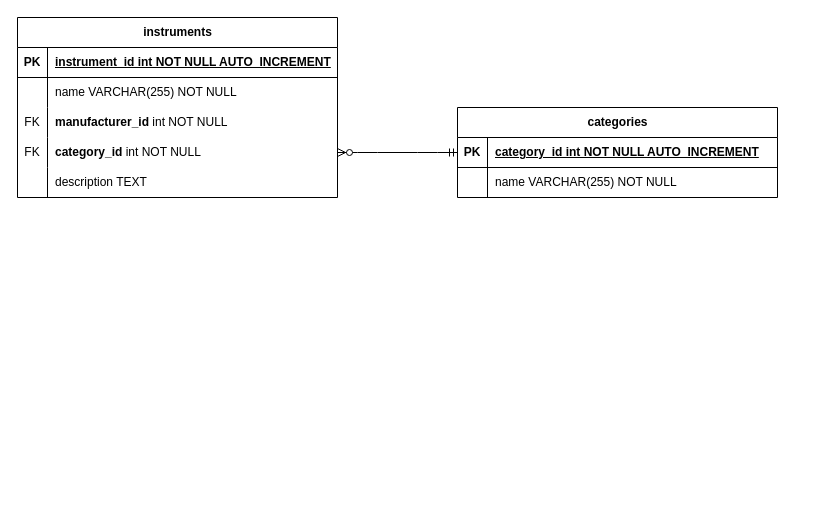
Above: assets/schema/Untitled Diagram.drawio in IlyaSubtilnyj/MusicalInstrumentsOnlineService (draw.io), before the change. Source tidied: cells renumbered, new cells numbered last; positions are measured from the earlier drawing's top-left corner, leaving out a move shared by most shapes. Both pictures are drawn from the tidied source at 100%, with x=0, y=0 at pixel (17, 17).
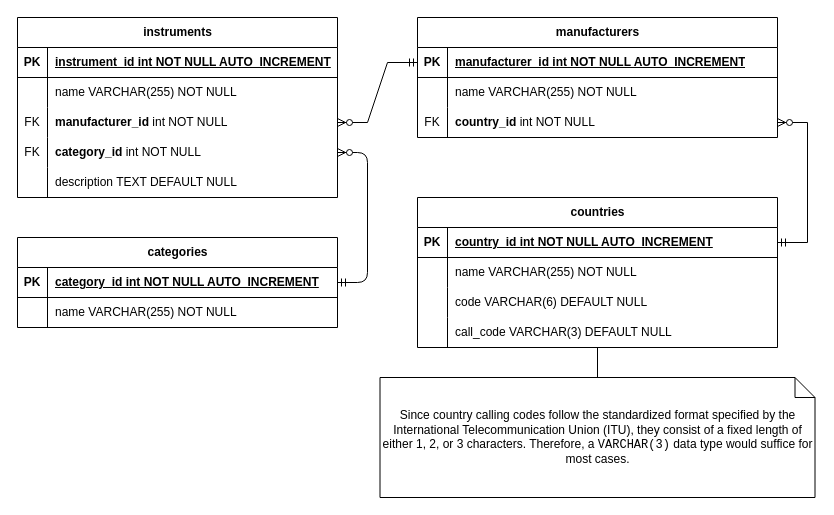
The same diagram, later.

Unchanged cells that the change refers to:
```xml
<mxCell id="9" style="shape=tableRow;horizontal=0;startSize=0;swimlaneHead=0;swimlaneBody=0;fillColor=none;points=[[0,0.5],[1,0.5]];portConstraint=eastwest;top=0;left=0;right=0;bottom=0;" parent="2" vertex="1">
  <mxGeometry y="90" width="320" height="30" as="geometry" />
</mxCell>
<mxCell id="15" style="shape=tableRow;horizontal=0;startSize=0;swimlaneHead=0;swimlaneBody=0;fillColor=none;top=0;left=0;right=0;bottom=0;" parent="2" vertex="1">
  <mxGeometry y="150" width="320" height="30" as="geometry" />
</mxCell>
```

Diff of the diagram source:
```diff
@@
-    <mxCell id="17" value="description TEXT" style="shape=partialRectangle;fillColor=none;top=0;left=0;bottom=0;right=0;align=left;spacingLeft=6;overflow=hidden;whiteSpace=wrap;html=1;" parent="15" vertex="1">
+    <mxCell id="17" value="description TEXT DEFAULT NULL" style="shape=partialRectangle;fillColor=none;top=0;left=0;bottom=0;right=0;align=left;spacingLeft=6;overflow=hidden;whiteSpace=wrap;html=1;" parent="15" vertex="1">
       <mxGeometry x="30" width="290" height="30" as="geometry" />
     </mxCell>
-    <mxCell id="18" value="categories" style="shape=table;startSize=30;childLayout=tableLayout;rowLines=0;fontStyle=1;align=center;html=1;" parent="1" vertex="1">
-      <mxGeometry x="440" y="90" width="320" height="90" as="geometry" />
+    <mxCell id="18" value="categories" style="shape=table;startSize=30;childLayout=tableLayout;rowLines=0;fontStyle=1;align=center;html=1;rounded=0;swimlaneLine=1;shadow=0;" parent="1" vertex="1">
+      <mxGeometry y="220" width="320" height="90" as="geometry" />
     </mxCell>
@@
+    <mxCell id="26" value="manufacturers" style="shape=table;startSize=30;childLayout=tableLayout;rowLines=0;fontStyle=1;align=center;html=1;" parent="1" vertex="1">
+      <mxGeometry x="400" width="360" height="120" as="geometry" />
+    </mxCell>
+    <mxCell id="27" style="shape=tableRow;horizontal=0;startSize=0;swimlaneHead=0;swimlaneBody=0;fillColor=none;points=[[0,0.5],[1,0.5]];portConstraint=eastwest;top=0;left=0;right=0;bottom=1;" parent="26" vertex="1">
+      <mxGeometry y="30" width="360" height="30" as="geometry" />
+    </mxCell>
+    <mxCell id="28" value="PK" style="shape=partialRectangle;fillColor=none;top=0;left=0;bottom=0;right=0;fontStyle=1;overflow=hidden;whiteSpace=wrap;html=1;" parent="27" vertex="1">
+      <mxGeometry width="30" height="30" as="geometry" />
+    </mxCell>
+    <mxCell id="29" value="manufacturer_id int NOT NULL AUTO_INCREMENT" style="shape=partialRectangle;fillColor=none;top=0;left=0;bottom=0;right=0;align=left;spacingLeft=6;fontStyle=5;overflow=hidden;whiteSpace=wrap;html=1;" parent="27" vertex="1">
+      <mxGeometry x="30" width="330" height="30" as="geometry" />
+    </mxCell>
+    <mxCell id="30" style="shape=tableRow;horizontal=0;startSize=0;swimlaneHead=0;swimlaneBody=0;fillColor=none;top=0;left=0;right=0;bottom=0;" parent="26" vertex="1">
+      <mxGeometry y="60" width="360" height="30" as="geometry" />
+    </mxCell>
+    <mxCell id="31" style="shape=partialRectangle;fillColor=none;top=0;left=0;bottom=0;right=0;overflow=hidden;whiteSpace=wrap;html=1;" parent="30" vertex="1">
+      <mxGeometry width="30" height="30" as="geometry" />
+    </mxCell>
+    <mxCell id="32" value="name VARCHAR(255) NOT NULL" style="shape=partialRectangle;fillColor=none;top=0;left=0;bottom=0;right=0;align=left;spacingLeft=6;overflow=hidden;whiteSpace=wrap;html=1;" parent="30" vertex="1">
+      <mxGeometry x="30" width="330" height="30" as="geometry" />
+    </mxCell>
+    <mxCell id="33" style="shape=tableRow;horizontal=0;startSize=0;swimlaneHead=0;swimlaneBody=0;fillColor=none;points=[[0,0.5],[1,0.5]];portConstraint=eastwest;top=0;left=0;right=0;bottom=0;" parent="26" vertex="1">
+      <mxGeometry y="90" width="360" height="30" as="geometry" />
+    </mxCell>
+    <mxCell id="34" value="FK" style="shape=partialRectangle;fillColor=none;top=0;left=0;bottom=0;right=0;overflow=hidden;whiteSpace=wrap;html=1;" parent="33" vertex="1">
+      <mxGeometry width="30" height="30" as="geometry" />
+    </mxCell>
+    <mxCell id="35" value="&lt;b&gt;country_id&lt;/b&gt; int NOT NULL" style="shape=partialRectangle;fillColor=none;top=0;left=0;bottom=0;right=0;align=left;spacingLeft=6;overflow=hidden;whiteSpace=wrap;html=1;" parent="33" vertex="1">
+      <mxGeometry x="30" width="330" height="30" as="geometry" />
+    </mxCell>
+    <mxCell id="36" style="edgeStyle=entityRelationEdgeStyle;fontSize=12;html=1;endArrow=ERzeroToMany;startArrow=ERmandOne;rounded=0;" parent="1" edge="1" source="27" target="9">
+      <mxGeometry relative="1" as="geometry">
+        <Array as="points">
+          <mxPoint x="460" y="320" />
+        </Array>
+      </mxGeometry>
+    </mxCell>
+    <mxCell id="37" value="countries" style="shape=table;startSize=30;childLayout=tableLayout;rowLines=0;fontStyle=1;align=center;html=1;" parent="1" vertex="1">
+      <mxGeometry x="400" y="180" width="360" height="150" as="geometry" />
+    </mxCell>
+    <mxCell id="38" style="shape=tableRow;horizontal=0;startSize=0;swimlaneHead=0;swimlaneBody=0;fillColor=none;points=[[0,0.5],[1,0.5]];portConstraint=eastwest;top=0;left=0;right=0;bottom=1;" parent="37" vertex="1">
+      <mxGeometry y="30" width="360" height="30" as="geometry" />
+    </mxCell>
+    <mxCell id="39" value="PK" style="shape=partialRectangle;fillColor=none;top=0;left=0;bottom=0;right=0;fontStyle=1;overflow=hidden;whiteSpace=wrap;html=1;" parent="38" vertex="1">
+      <mxGeometry width="30" height="30" as="geometry" />
+    </mxCell>
+    <mxCell id="40" value="country_id int NOT NULL AUTO_INCREMENT" style="shape=partialRectangle;fillColor=none;top=0;left=0;bottom=0;right=0;align=left;spacingLeft=6;fontStyle=5;overflow=hidden;whiteSpace=wrap;html=1;" parent="38" vertex="1">
+      <mxGeometry x="30" width="330" height="30" as="geometry" />
+    </mxCell>
+    <mxCell id="41" style="shape=tableRow;horizontal=0;startSize=0;swimlaneHead=0;swimlaneBody=0;fillColor=none;top=0;left=0;right=0;bottom=0;" parent="37" vertex="1">
+      <mxGeometry y="60" width="360" height="30" as="geometry" />
+    </mxCell>
+    <mxCell id="42" style="shape=partialRectangle;fillColor=none;top=0;left=0;bottom=0;right=0;overflow=hidden;whiteSpace=wrap;html=1;" parent="41" vertex="1">
+      <mxGeometry width="30" height="30" as="geometry" />
+    </mxCell>
+    <mxCell id="43" value="name VARCHAR(255) NOT NULL" style="shape=partialRectangle;fillColor=none;top=0;left=0;bottom=0;right=0;align=left;spacingLeft=6;overflow=hidden;whiteSpace=wrap;html=1;" parent="41" vertex="1">
+      <mxGeometry x="30" width="330" height="30" as="geometry" />
+    </mxCell>
+    <mxCell id="44" style="shape=tableRow;horizontal=0;startSize=0;swimlaneHead=0;swimlaneBody=0;fillColor=none;top=0;left=0;right=0;bottom=0;" parent="37" vertex="1">
+      <mxGeometry y="90" width="360" height="30" as="geometry" />
+    </mxCell>
+    <mxCell id="45" style="shape=partialRectangle;fillColor=none;top=0;left=0;bottom=0;right=0;overflow=hidden;whiteSpace=wrap;html=1;" parent="44" vertex="1">
+      <mxGeometry width="30" height="30" as="geometry" />
+    </mxCell>
+    <mxCell id="46" value="code VARCHAR(6) DEFAULT NULL" style="shape=partialRectangle;fillColor=none;top=0;left=0;bottom=0;right=0;align=left;spacingLeft=6;overflow=hidden;whiteSpace=wrap;html=1;" parent="44" vertex="1">
+      <mxGeometry x="30" width="330" height="30" as="geometry" />
+    </mxCell>
+    <mxCell id="47" style="shape=tableRow;horizontal=0;startSize=0;swimlaneHead=0;swimlaneBody=0;fillColor=none;top=0;left=0;right=0;bottom=0;" parent="37" vertex="1">
+      <mxGeometry y="120" width="360" height="30" as="geometry" />
+    </mxCell>
+    <mxCell id="48" style="shape=partialRectangle;fillColor=none;top=0;left=0;bottom=0;right=0;overflow=hidden;whiteSpace=wrap;html=1;" parent="47" vertex="1">
+      <mxGeometry width="30" height="30" as="geometry" />
+    </mxCell>
+    <mxCell id="49" value="call_code VARCHAR(3) DEFAULT NULL" style="shape=partialRectangle;fillColor=none;top=0;left=0;bottom=0;right=0;align=left;spacingLeft=6;overflow=hidden;whiteSpace=wrap;html=1;" parent="47" vertex="1">
+      <mxGeometry x="30" width="330" height="30" as="geometry" />
+    </mxCell>
+    <mxCell id="50" style="edgeStyle=entityRelationEdgeStyle;fontSize=12;html=1;endArrow=ERzeroToMany;startArrow=ERmandOne;rounded=0;" parent="1" edge="1" source="38" target="33">
+      <mxGeometry relative="1" as="geometry" />
+    </mxCell>
+    <mxCell id="51" value="Since country calling codes follow the standardized format specified by the International Telecommunication Union (ITU)&lt;span class=&quot;&quot;&gt;&lt;/span&gt;&lt;span class=&quot;&quot;&gt;, they consist of a fixed length of either 1, 2, or 3 characters. Therefore, a &lt;/span&gt;&lt;span class=&quot;&quot;&gt;&lt;code&gt;VARCHAR(3)&lt;/code&gt;&lt;/span&gt;&lt;span class=&quot;&quot;&gt; data type would suffice for most cases.&lt;/span&gt;" style="shape=note;size=20;whiteSpace=wrap;html=1;" parent="1" vertex="1">
+      <mxGeometry x="362.5" y="360" width="435" height="120" as="geometry" />
+    </mxCell>
+    <mxCell id="52" style="endArrow=none;html=1;rounded=0;" parent="1" edge="1" source="51" target="37">
+      <mxGeometry relative="1" as="geometry" />
+    </mxCell>
```
